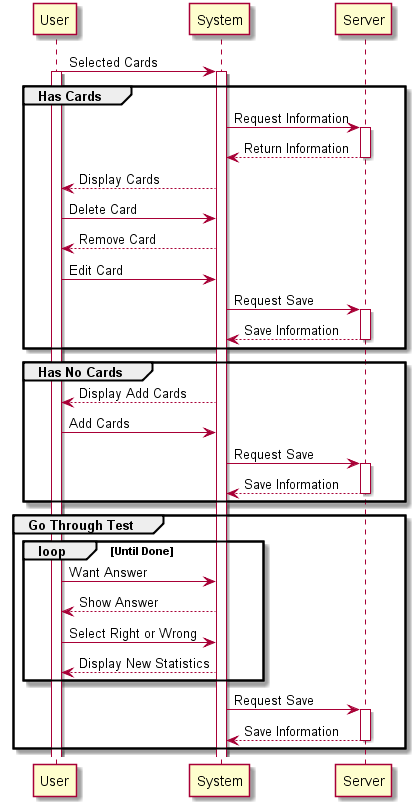
Before: app/UML/SSD/SSDCards.png, a diagram exported from PlantUML (ultiferrago/ElStudioGato). Its source is kept beside it as app/UML/SSD/SSDCards.puml.
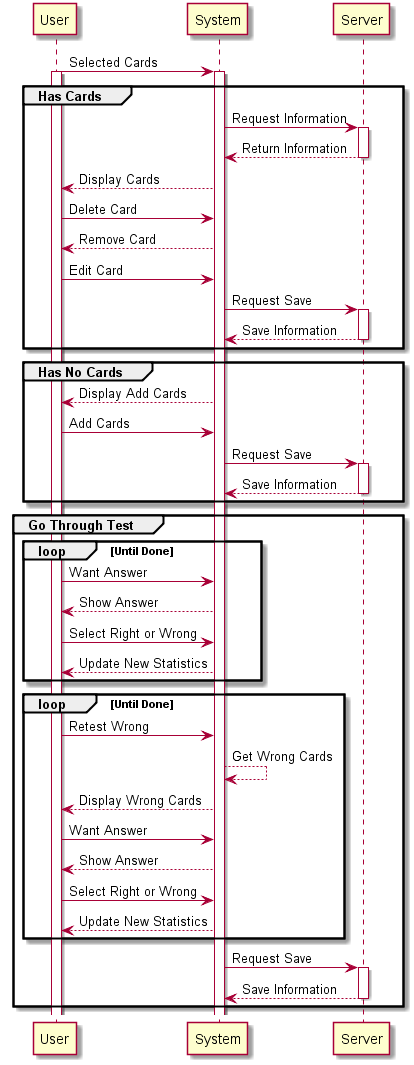
After the commit.

The edit, as a diff of the source:
```diff
@@ -31,7 +31,16 @@
 User -> System : Want Answer
 System --> User : Show Answer
 User -> System : Select Right or Wrong
-System --> User : Display New Statistics
+System --> User : Update New Statistics
+end
+loop Until Done
+User -> System : Retest Wrong
+System --> System : Get Wrong Cards
+System --> User: Display Wrong Cards
+User -> System : Want Answer
+System --> User : Show Answer
+User -> System : Select Right or Wrong
+System --> User : Update New Statistics
 end
 System -> Server : Request Save
 activate Server
```
